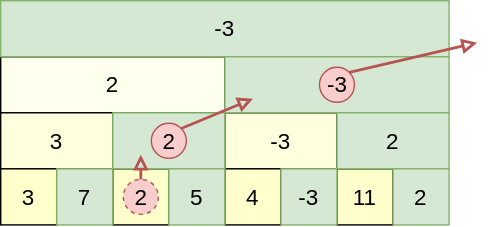
The draw.io diagram source/data_structure/images/rmq_query_bottomup_l.svg in Kyoroid/algorithm, before a commit. Source tidied: cells renumbered, new cells last; positions are measured from the earlier drawing's top-left corner, leaving out a move shared by most shapes.
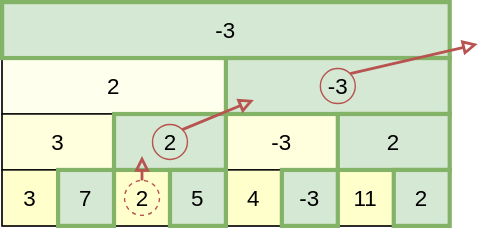
Later version of the same file.

Change to the diagram source:
```diff
@@ -2,7 +2,7 @@
   <root>
     <mxCell id="0" />
     <mxCell id="1" parent="0" />
-    <mxCell id="2" style="group;" parent="1" vertex="1">
+    <mxCell id="2" style="group;strokeColor=#000000;" parent="1" vertex="1">
       <mxGeometry width="320" height="160" as="geometry" />
     </mxCell>
     <mxCell id="3" value="2" style="rounded=0;whiteSpace=wrap;html=1;fontSize=16;fillColor=#FFFFee;" parent="2" vertex="1">
@@ -26,59 +26,53 @@
     <mxCell id="9" value="11" style="rounded=0;whiteSpace=wrap;html=1;fontSize=16;fillColor=#FFffcc;" parent="2" vertex="1">
       <mxGeometry x="240" y="120" width="40" height="40" as="geometry" />
     </mxCell>
-    <mxCell id="10" value="-3" style="rounded=0;whiteSpace=wrap;html=1;fontSize=16;fillColor=#d5e8d4;strokeColor=#82b366;" parent="2" vertex="1">
+    <mxCell id="10" value="-3" style="rounded=0;whiteSpace=wrap;html=1;fontSize=16;fillColor=#d5e8d4;strokeColor=#82b366;strokeWidth=3;" parent="2" vertex="1">
       <mxGeometry width="320" height="40" as="geometry" />
     </mxCell>
-    <mxCell id="11" style="group;" parent="1" vertex="1">
-      <mxGeometry x="87.5" y="30" width="252.5" height="130" as="geometry" />
+    <mxCell id="11" style="rounded=0;whiteSpace=wrap;html=1;fontSize=16;fillColor=#d5e8d4;strokeColor=#82b366;strokeWidth=3;" parent="1" vertex="1">
+      <mxGeometry x="160" y="40" width="160" height="40" as="geometry" />
     </mxCell>
-    <mxCell id="12" style="group;" parent="11" vertex="1">
-      <mxGeometry x="-47.5" y="10" width="280" height="120" as="geometry" />
+    <mxCell id="12" style="rounded=0;whiteSpace=wrap;html=1;fontSize=16;fillColor=#d5e8d4;strokeColor=#82b366;strokeWidth=3;" parent="1" vertex="1">
+      <mxGeometry x="80" y="80" width="80" height="40" as="geometry" />
     </mxCell>
-    <mxCell id="13" style="rounded=0;whiteSpace=wrap;html=1;fontSize=16;fillColor=#d5e8d4;strokeColor=#82b366;" parent="12" vertex="1">
-      <mxGeometry x="120" width="160" height="40" as="geometry" />
+    <mxCell id="13" value="2" style="rounded=0;whiteSpace=wrap;html=1;fontSize=16;fillColor=#d5e8d4;strokeColor=#82b366;strokeWidth=3;" parent="1" vertex="1">
+      <mxGeometry x="240" y="80" width="80" height="40" as="geometry" />
     </mxCell>
-    <mxCell id="14" style="rounded=0;whiteSpace=wrap;html=1;fontSize=16;fillColor=#d5e8d4;strokeColor=#82b366;" parent="12" vertex="1">
-      <mxGeometry x="40" y="40" width="80" height="40" as="geometry" />
+    <mxCell id="14" value="7" style="rounded=0;whiteSpace=wrap;html=1;fontSize=16;fillColor=#d5e8d4;strokeColor=#82b366;strokeWidth=3;" parent="1" vertex="1">
+      <mxGeometry x="40" y="120" width="40" height="40" as="geometry" />
     </mxCell>
-    <mxCell id="15" value="2" style="rounded=0;whiteSpace=wrap;html=1;fontSize=16;fillColor=#d5e8d4;strokeColor=#82b366;" parent="12" vertex="1">
-      <mxGeometry x="200" y="40" width="80" height="40" as="geometry" />
+    <mxCell id="15" value="5" style="rounded=0;whiteSpace=wrap;html=1;fontSize=16;fillColor=#d5e8d4;strokeColor=#82b366;strokeWidth=3;" parent="1" vertex="1">
+      <mxGeometry x="120" y="120" width="40" height="40" as="geometry" />
     </mxCell>
-    <mxCell id="16" value="7" style="rounded=0;whiteSpace=wrap;html=1;fontSize=16;fillColor=#d5e8d4;strokeColor=#82b366;" parent="12" vertex="1">
-      <mxGeometry y="80" width="40" height="40" as="geometry" />
+    <mxCell id="16" value="-3" style="rounded=0;whiteSpace=wrap;html=1;fontSize=16;fillColor=#d5e8d4;strokeColor=#82b366;strokeWidth=3;" parent="1" vertex="1">
+      <mxGeometry x="200" y="120" width="40" height="40" as="geometry" />
     </mxCell>
-    <mxCell id="17" value="5" style="rounded=0;whiteSpace=wrap;html=1;fontSize=16;fillColor=#d5e8d4;strokeColor=#82b366;" parent="12" vertex="1">
-      <mxGeometry x="80" y="80" width="40" height="40" as="geometry" />
+    <mxCell id="17" value="2" style="rounded=0;whiteSpace=wrap;html=1;fontSize=16;fillColor=#d5e8d4;strokeColor=#82b366;strokeWidth=3;" parent="1" vertex="1">
+      <mxGeometry x="280" y="120" width="40" height="40" as="geometry" />
     </mxCell>
-    <mxCell id="18" value="-3" style="rounded=0;whiteSpace=wrap;html=1;fontSize=16;fillColor=#d5e8d4;strokeColor=#82b366;" parent="12" vertex="1">
-      <mxGeometry x="160" y="80" width="40" height="40" as="geometry" />
+    <mxCell id="18" style="edgeStyle=none;rounded=0;jettySize=auto;html=1;exitX=1;exitY=0;exitDx=0;exitDy=0;endArrow=block;endFill=0;strokeWidth=2;fontSize=16;fillColor=#f8cecc;strokeColor=#b85450;" parent="1" edge="1" source="23">
+      <mxGeometry relative="1" as="geometry">
+        <mxPoint x="340" y="30" as="targetPoint" />
+      </mxGeometry>
     </mxCell>
-    <mxCell id="19" value="2" style="rounded=0;whiteSpace=wrap;html=1;fontSize=16;fillColor=#d5e8d4;strokeColor=#82b366;" parent="12" vertex="1">
-      <mxGeometry x="240" y="80" width="40" height="40" as="geometry" />
+    <mxCell id="19" value="2" style="ellipse;whiteSpace=wrap;html=1;fontSize=16;fillColor=none;strokeColor=#b85450;dashed=1;" parent="1" vertex="1">
+      <mxGeometry x="87.5" y="127.5" width="25" height="25" as="geometry" />
     </mxCell>
-    <mxCell id="20" style="edgeStyle=none;rounded=0;jettySize=auto;html=1;exitX=1;exitY=0;exitDx=0;exitDy=0;endArrow=block;endFill=0;strokeWidth=2;fontSize=16;fillColor=#f8cecc;strokeColor=#b85450;" parent="11" edge="1" source="25">
+    <mxCell id="20" style="edgeStyle=none;rounded=0;jettySize=auto;html=1;exitX=1;exitY=0;exitDx=0;exitDy=0;strokeWidth=2;fontSize=16;fillColor=#f8cecc;strokeColor=#b85450;endArrow=block;endFill=0;" parent="1" edge="1" source="21">
       <mxGeometry relative="1" as="geometry">
-        <mxPoint x="252.5" as="targetPoint" />
+        <mxPoint x="180" y="70" as="targetPoint" />
       </mxGeometry>
     </mxCell>
-    <mxCell id="21" value="2" style="ellipse;whiteSpace=wrap;html=1;fontSize=16;fillColor=#f8cecc;strokeColor=#b85450;dashed=1;" parent="11" vertex="1">
-      <mxGeometry y="97.5" width="25" height="25" as="geometry" />
+    <mxCell id="21" value="2" style="ellipse;whiteSpace=wrap;html=1;fontSize=16;fillColor=none;strokeColor=#b85450;" parent="1" vertex="1">
+      <mxGeometry x="107.5" y="87.5" width="25" height="25" as="geometry" />
     </mxCell>
-    <mxCell id="22" style="edgeStyle=none;rounded=0;jettySize=auto;html=1;exitX=1;exitY=0;exitDx=0;exitDy=0;strokeWidth=2;fontSize=16;fillColor=#f8cecc;strokeColor=#b85450;endArrow=block;endFill=0;" parent="11" edge="1" source="23">
+    <mxCell id="22" style="rounded=0;jettySize=auto;html=1;exitX=0.5;exitY=0;exitDx=0;exitDy=0;fontSize=16;strokeWidth=2;fillColor=#f8cecc;strokeColor=#b85450;endArrow=block;endFill=0;" parent="1" edge="1" source="19">
       <mxGeometry relative="1" as="geometry">
-        <mxPoint x="92.5" y="40" as="targetPoint" />
+        <mxPoint x="100" y="110" as="targetPoint" />
       </mxGeometry>
     </mxCell>
-    <mxCell id="23" value="2" style="ellipse;whiteSpace=wrap;html=1;fontSize=16;fillColor=#f8cecc;strokeColor=#b85450;" parent="11" vertex="1">
-      <mxGeometry x="20" y="57.5" width="25" height="25" as="geometry" />
+    <mxCell id="23" value="-3" style="ellipse;whiteSpace=wrap;html=1;fontSize=16;fillColor=none;strokeColor=#b85450;" parent="1" vertex="1">
+      <mxGeometry x="227.5" y="47.5" width="25" height="25" as="geometry" />
     </mxCell>
-    <mxCell id="24" style="rounded=0;jettySize=auto;html=1;exitX=0.5;exitY=0;exitDx=0;exitDy=0;fontSize=16;strokeWidth=2;fillColor=#f8cecc;strokeColor=#b85450;endArrow=block;endFill=0;" parent="11" edge="1" source="21">
-      <mxGeometry relative="1" as="geometry">
-        <mxPoint x="12.5" y="80" as="targetPoint" />
-      </mxGeometry>
-    </mxCell>
-    <mxCell id="25" value="-3" style="ellipse;whiteSpace=wrap;html=1;fontSize=16;fillColor=#f8cecc;strokeColor=#b85450;" parent="11" vertex="1">
-      <mxGeometry x="140" y="17.5" width="25" height="25" as="geometry" />
-    </mxCell>
   </root>
 </mxGraphModel>
```
